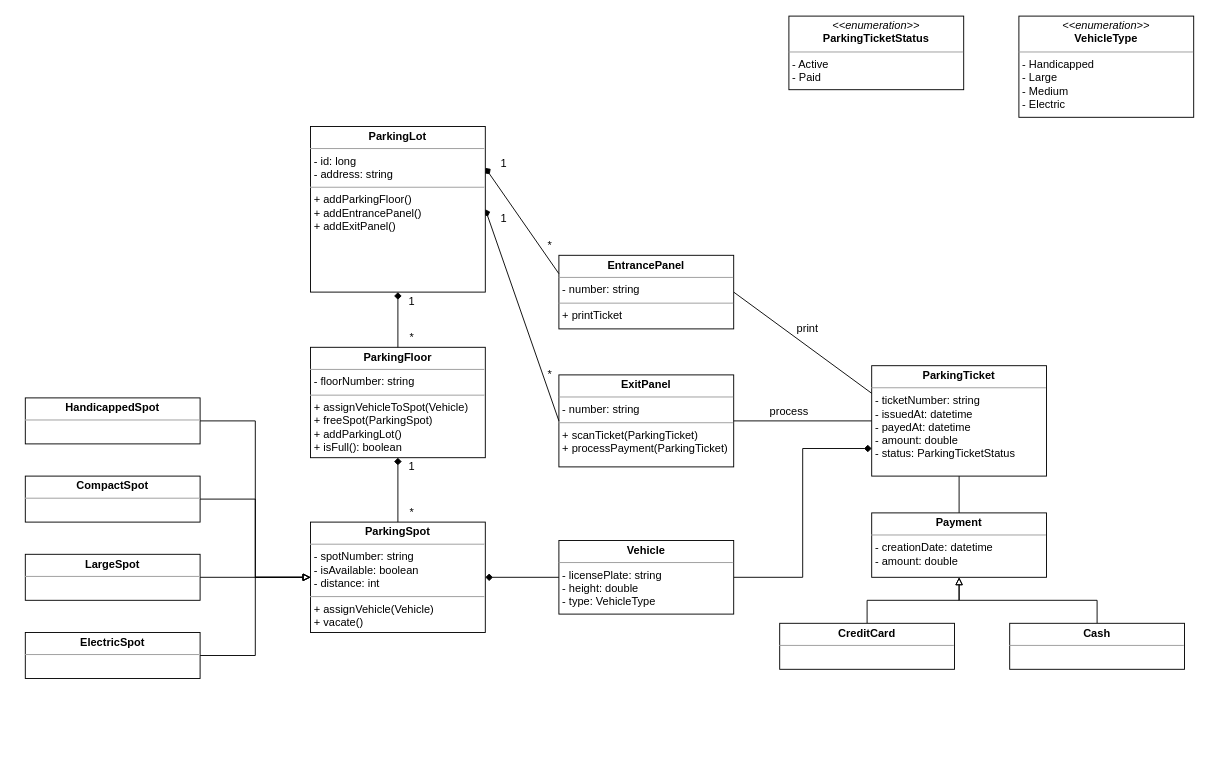
Above: diagrams/ParkingLot.drawio in hoffmanshf/oo-design (draw.io), before the change. Source tidied: cells renumbered, new cells numbered last; positions are measured from the earlier drawing's top-left corner, leaving out a move shared by most shapes. Both pictures are drawn from the tidied source at 92%, with x=0, y=0 at pixel (25, 16).
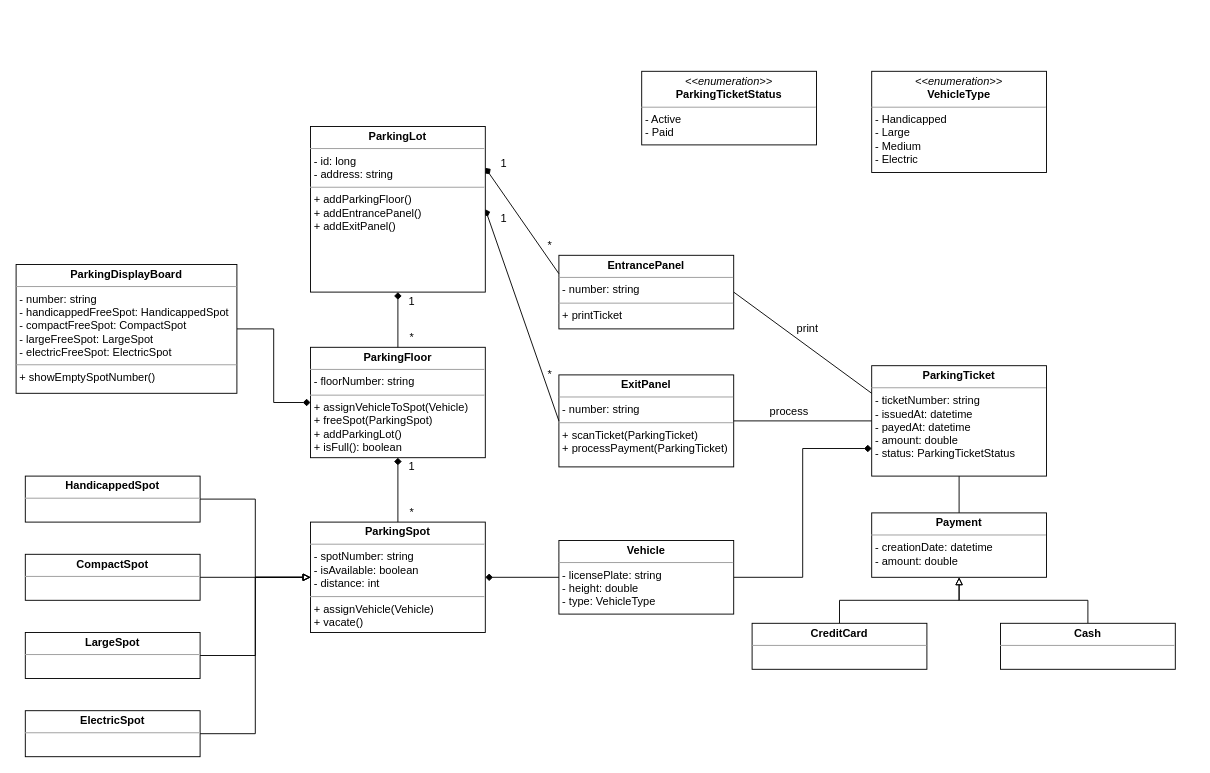
After the change.

The change refers to these unchanged cells:
```xml
<mxCell id="23" value="&lt;p style=&quot;margin: 0px ; margin-top: 4px ; text-align: center&quot;&gt;&lt;b&gt;ParkingFloor&lt;/b&gt;&lt;/p&gt;&lt;hr size=&quot;1&quot;&gt;&lt;p style=&quot;margin: 0px ; margin-left: 4px&quot;&gt;- floorNumber: string&lt;br&gt;&lt;/p&gt;&lt;hr size=&quot;1&quot;&gt;&lt;p style=&quot;margin: 0px ; margin-left: 4px&quot;&gt;+ assignVehicleToSpot(Vehicle)&lt;br&gt;+ freeSpot(ParkingSpot)&lt;/p&gt;&lt;p style=&quot;margin: 0px ; margin-left: 4px&quot;&gt;+ addParkingLot()&lt;/p&gt;&lt;p style=&quot;margin: 0px ; margin-left: 4px&quot;&gt;+ isFull(): boolean&lt;/p&gt;" style="verticalAlign=top;align=left;overflow=fill;fontSize=12;fontFamily=Helvetica;html=1;rounded=0;shadow=0;comic=0;labelBackgroundColor=none;strokeWidth=1;" parent="1" vertex="1">
  <mxGeometry x="310" y="360" width="190" height="120" as="geometry" />
</mxCell>
```

What changed in the source:
```diff
@@
     <mxCell id="5" value="&lt;p style=&quot;margin: 0px ; margin-top: 4px ; text-align: center&quot;&gt;&lt;i&gt;&amp;lt;&amp;lt;enumeration&amp;gt;&amp;gt;&lt;/i&gt;&lt;br&gt;&lt;span style=&quot;text-align: left&quot;&gt;&lt;b&gt;ParkingTicketStatus&lt;/b&gt;&lt;/span&gt;&lt;br&gt;&lt;/p&gt;&lt;hr size=&quot;1&quot;&gt;&lt;p style=&quot;margin: 0px ; margin-left: 4px&quot;&gt;- Active&lt;/p&gt;&lt;p style=&quot;margin: 0px ; margin-left: 4px&quot;&gt;- Paid&lt;/p&gt;" style="verticalAlign=top;align=left;overflow=fill;fontSize=12;fontFamily=Helvetica;html=1;rounded=0;shadow=0;comic=0;labelBackgroundColor=none;strokeWidth=1;" parent="1" vertex="1">
-      <mxGeometry x="830" width="190" height="80" as="geometry" />
+      <mxGeometry x="670" y="60" width="190" height="80" as="geometry" />
     </mxCell>
@@
     <mxCell id="15" value="&lt;p style=&quot;margin: 0px ; margin-top: 4px ; text-align: center&quot;&gt;&lt;b&gt;CreditCard&lt;/b&gt;&lt;/p&gt;&lt;hr size=&quot;1&quot;&gt;&lt;p style=&quot;margin: 0px ; margin-left: 4px&quot;&gt;&lt;br&gt;&lt;/p&gt;" style="verticalAlign=top;align=left;overflow=fill;fontSize=12;fontFamily=Helvetica;html=1;rounded=0;shadow=0;comic=0;labelBackgroundColor=none;strokeWidth=1;" parent="1" vertex="1">
-      <mxGeometry x="820" y="660" width="190" height="50" as="geometry" />
+      <mxGeometry x="790" y="660" width="190" height="50" as="geometry" />
     </mxCell>
     <mxCell id="16" value="&lt;p style=&quot;margin: 0px ; margin-top: 4px ; text-align: center&quot;&gt;&lt;b&gt;Cash&lt;/b&gt;&lt;/p&gt;&lt;hr size=&quot;1&quot;&gt;&lt;p style=&quot;margin: 0px ; margin-left: 4px&quot;&gt;&lt;br&gt;&lt;/p&gt;" style="verticalAlign=top;align=left;overflow=fill;fontSize=12;fontFamily=Helvetica;html=1;rounded=0;shadow=0;comic=0;labelBackgroundColor=none;strokeWidth=1;" parent="1" vertex="1">
-      <mxGeometry x="1070" y="660" width="190" height="50" as="geometry" />
+      <mxGeometry x="1060" y="660" width="190" height="50" as="geometry" />
     </mxCell>
     <mxCell id="17" value="&lt;p style=&quot;margin: 0px ; margin-top: 4px ; text-align: center&quot;&gt;&lt;i&gt;&amp;lt;&amp;lt;enumeration&amp;gt;&amp;gt;&lt;/i&gt;&lt;br&gt;&lt;span style=&quot;text-align: left&quot;&gt;&lt;b&gt;VehicleType&lt;/b&gt;&lt;/span&gt;&lt;br&gt;&lt;/p&gt;&lt;hr size=&quot;1&quot;&gt;&lt;p style=&quot;margin: 0px ; margin-left: 4px&quot;&gt;- Handicapped&lt;/p&gt;&lt;p style=&quot;margin: 0px ; margin-left: 4px&quot;&gt;&lt;span&gt;- Large&lt;/span&gt;&lt;br&gt;&lt;/p&gt;&lt;p style=&quot;margin: 0px ; margin-left: 4px&quot;&gt;- Medium&lt;/p&gt;&lt;p style=&quot;margin: 0px ; margin-left: 4px&quot;&gt;- Electric&lt;/p&gt;&lt;p style=&quot;margin: 0px ; margin-left: 4px&quot;&gt;&lt;br&gt;&lt;/p&gt;" style="verticalAlign=top;align=left;overflow=fill;fontSize=12;fontFamily=Helvetica;html=1;rounded=0;shadow=0;comic=0;labelBackgroundColor=none;strokeWidth=1;" parent="1" vertex="1">
-      <mxGeometry x="1080" width="190" height="110" as="geometry" />
+      <mxGeometry x="920" y="60" width="190" height="110" as="geometry" />
     </mxCell>
     <mxCell id="18" value="&lt;p style=&quot;margin: 0px ; margin-top: 4px ; text-align: center&quot;&gt;&lt;b&gt;HandicappedSpot&lt;/b&gt;&lt;/p&gt;&lt;hr size=&quot;1&quot;&gt;&lt;p style=&quot;margin: 0px ; margin-left: 4px&quot;&gt;&lt;br&gt;&lt;/p&gt;" style="verticalAlign=top;align=left;overflow=fill;fontSize=12;fontFamily=Helvetica;html=1;rounded=0;shadow=0;comic=0;labelBackgroundColor=none;strokeWidth=1;" parent="1" vertex="1">
-      <mxGeometry y="415" width="190" height="50" as="geometry" />
+      <mxGeometry y="500" width="190" height="50" as="geometry" />
     </mxCell>
     <mxCell id="19" value="&lt;p style=&quot;margin: 0px ; margin-top: 4px ; text-align: center&quot;&gt;&lt;b&gt;CompactSpot&lt;/b&gt;&lt;/p&gt;&lt;hr size=&quot;1&quot;&gt;&lt;p style=&quot;margin: 0px ; margin-left: 4px&quot;&gt;&lt;br&gt;&lt;/p&gt;" style="verticalAlign=top;align=left;overflow=fill;fontSize=12;fontFamily=Helvetica;html=1;rounded=0;shadow=0;comic=0;labelBackgroundColor=none;strokeWidth=1;" parent="1" vertex="1">
-      <mxGeometry y="500" width="190" height="50" as="geometry" />
+      <mxGeometry y="585" width="190" height="50" as="geometry" />
     </mxCell>
     <mxCell id="20" value="&lt;p style=&quot;margin: 0px ; margin-top: 4px ; text-align: center&quot;&gt;&lt;b&gt;LargeSpot&lt;/b&gt;&lt;/p&gt;&lt;hr size=&quot;1&quot;&gt;&lt;p style=&quot;margin: 0px ; margin-left: 4px&quot;&gt;&lt;br&gt;&lt;/p&gt;" style="verticalAlign=top;align=left;overflow=fill;fontSize=12;fontFamily=Helvetica;html=1;rounded=0;shadow=0;comic=0;labelBackgroundColor=none;strokeWidth=1;" parent="1" vertex="1">
-      <mxGeometry y="585" width="190" height="50" as="geometry" />
+      <mxGeometry y="670" width="190" height="50" as="geometry" />
     </mxCell>
     <mxCell id="21" value="&lt;p style=&quot;margin: 0px ; margin-top: 4px ; text-align: center&quot;&gt;&lt;b&gt;ElectricSpot&lt;/b&gt;&lt;/p&gt;&lt;hr size=&quot;1&quot;&gt;&lt;p style=&quot;margin: 0px ; margin-left: 4px&quot;&gt;&lt;br&gt;&lt;/p&gt;" style="verticalAlign=top;align=left;overflow=fill;fontSize=12;fontFamily=Helvetica;html=1;rounded=0;shadow=0;comic=0;labelBackgroundColor=none;strokeWidth=1;" parent="1" vertex="1">
-      <mxGeometry y="670" width="190" height="50" as="geometry" />
+      <mxGeometry y="755" width="190" height="50" as="geometry" />
     </mxCell>
@@
+    <mxCell id="43" style="edgeStyle=orthogonalEdgeStyle;rounded=0;jettySize=auto;html=1;exitX=0;exitY=0.5;exitDx=0;exitDy=0;entryX=1;entryY=0.5;entryDx=0;entryDy=0;startArrow=diamond;startFill=1;endArrow=none;endFill=0;" parent="1" edge="1" source="23" target="44">
+      <mxGeometry relative="1" as="geometry" />
+    </mxCell>
@@
+    <mxCell id="44" value="&lt;p style=&quot;margin: 0px ; margin-top: 4px ; text-align: center&quot;&gt;&lt;b&gt;ParkingDisplayBoard&lt;/b&gt;&lt;br&gt;&lt;/p&gt;&lt;hr size=&quot;1&quot;&gt;&lt;p style=&quot;margin: 0px ; margin-left: 4px&quot;&gt;- number: string&lt;br&gt;&lt;/p&gt;&lt;p style=&quot;margin: 0px ; margin-left: 4px&quot;&gt;- handicappedFreeSpot:&amp;nbsp;&lt;span&gt;HandicappedSpot&lt;/span&gt;&lt;/p&gt;&lt;p style=&quot;margin: 0px ; margin-left: 4px&quot;&gt;&lt;span&gt;- compactFreeSpot:&amp;nbsp;&lt;/span&gt;&lt;span&gt;CompactSpot&lt;/span&gt;&lt;/p&gt;&lt;p style=&quot;margin: 0px ; margin-left: 4px&quot;&gt;- largeFreeSpot:&amp;nbsp;&lt;span&gt;LargeSpot&lt;/span&gt;&lt;/p&gt;&lt;p style=&quot;margin: 0px ; margin-left: 4px&quot;&gt;- electricFreeSpot:&amp;nbsp;&lt;span&gt;ElectricSpot&lt;/span&gt;&lt;/p&gt;&lt;hr size=&quot;1&quot;&gt;&lt;p style=&quot;margin: 0px ; margin-left: 4px&quot;&gt;+ showEmptySpotNumber()&lt;/p&gt;" style="verticalAlign=top;align=left;overflow=fill;fontSize=12;fontFamily=Helvetica;html=1;rounded=0;shadow=0;comic=0;labelBackgroundColor=none;strokeWidth=1;" parent="1" vertex="1">
+      <mxGeometry x="-10" y="270" width="240" height="140" as="geometry" />
+    </mxCell>
```
